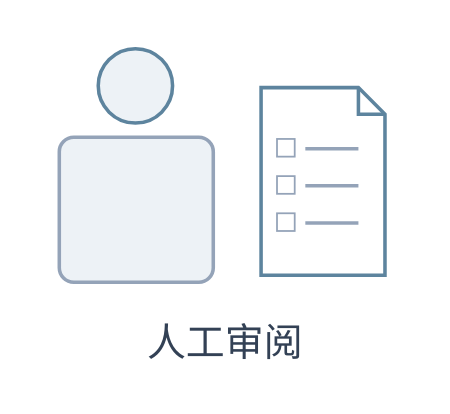
This is assets/components/review.drawio from henry867/drawio-visuals-skill, a draw.io file, before an edit. Source tidied: cells renumbered, new cells numbered last; positions are measured from the earlier drawing's top-left corner, leaving out a move shared by most shapes. Both pictures are drawn from the tidied source at 177%, with x=0, y=0 at pixel (30, 30).
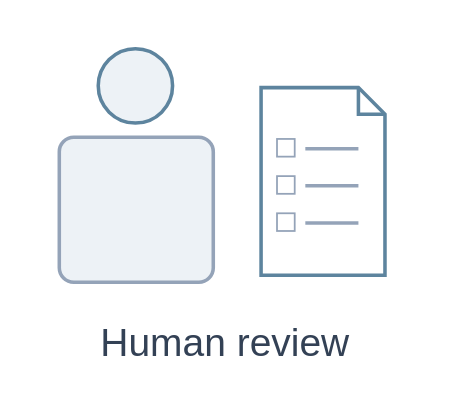
After the change.

Diff of the diagram source:
```diff
@@
 <mxGraphModel background="#FFFFFF">
   <root>
     <mxCell id="0" />
     <mxCell id="1" parent="0" />
     <mxCell id="2" style="group;" parent="1" vertex="1">
       <mxGeometry width="220" height="200" as="geometry" />
     </mxCell>
     <mxCell id="3" style="html=1;whiteSpace=wrap;fontFamily=Helvetica;fontSize=20;fontColor=#334155;ellipse;fillColor=#EDF2F6;strokeColor=#5D849E;strokeWidth=2;" parent="2" vertex="1">
       <mxGeometry x="38" y="10" width="42" height="42" as="geometry" />
     </mxCell>
     <mxCell id="4" style="html=1;whiteSpace=wrap;fontFamily=Helvetica;fontSize=20;fontColor=#334155;rounded=1;arcSize=10;fillColor=#EDF2F6;strokeColor=#94A3B8;strokeWidth=2;" parent="2" vertex="1">
       <mxGeometry x="16" y="60" width="87" height="82" as="geometry" />
     </mxCell>
     <mxCell id="5" style="html=1;whiteSpace=wrap;fontFamily=Helvetica;fontSize=20;fontColor=#334155;shape=note;size=15;fillColor=#FFFFFF;strokeColor=#5D849E;strokeWidth=2;" parent="2" vertex="1">
       <mxGeometry x="130" y="32" width="70" height="106" as="geometry" />
     </mxCell>
     <mxCell id="6" style="html=1;whiteSpace=wrap;fontFamily=Helvetica;fontSize=20;fontColor=#334155;rounded=0;fillColor=#FFFFFF;strokeColor=#94A3B8;" parent="5" vertex="1">
       <mxGeometry x="9" y="29" width="10" height="10" as="geometry" />
     </mxCell>
     <mxCell id="7" style="html=1;whiteSpace=wrap;fontFamily=Helvetica;fontSize=20;fontColor=#334155;shape=line;strokeColor=#94A3B8;strokeWidth=2;" parent="5" vertex="1">
       <mxGeometry x="25" y="34" width="30" height="1" as="geometry" />
     </mxCell>
     <mxCell id="8" style="html=1;whiteSpace=wrap;fontFamily=Helvetica;fontSize=20;fontColor=#334155;rounded=0;fillColor=#FFFFFF;strokeColor=#94A3B8;" parent="5" vertex="1">
       <mxGeometry x="9" y="50" width="10" height="10" as="geometry" />
     </mxCell>
     <mxCell id="9" style="html=1;whiteSpace=wrap;fontFamily=Helvetica;fontSize=20;fontColor=#334155;shape=line;strokeColor=#94A3B8;strokeWidth=2;" parent="5" vertex="1">
       <mxGeometry x="25" y="55" width="30" height="1" as="geometry" />
     </mxCell>
     <mxCell id="10" style="html=1;whiteSpace=wrap;fontFamily=Helvetica;fontSize=20;fontColor=#334155;rounded=0;fillColor=#FFFFFF;strokeColor=#94A3B8;" parent="5" vertex="1">
       <mxGeometry x="9" y="71" width="10" height="10" as="geometry" />
     </mxCell>
     <mxCell id="11" style="html=1;whiteSpace=wrap;fontFamily=Helvetica;fontSize=20;fontColor=#334155;shape=line;strokeColor=#94A3B8;strokeWidth=2;" parent="5" vertex="1">
       <mxGeometry x="25" y="76" width="30" height="1" as="geometry" />
     </mxCell>
-    <mxCell id="12" value="人工审阅" style="html=1;whiteSpace=wrap;fontFamily=Helvetica;fontSize=20;fontColor=#334155;text;fillColor=none;strokeColor=none;align=center;verticalAlign=middle;fontSize=22;fontColor=#334155;" parent="2" vertex="1">
+    <mxCell id="12" value="Human review" style="html=1;whiteSpace=wrap;fontFamily=Helvetica;fontSize=20;fontColor=#334155;text;fillColor=none;strokeColor=none;align=center;verticalAlign=middle;fontSize=22;fontColor=#334155;" parent="2" vertex="1">
       <mxGeometry y="161" width="220" height="32" as="geometry" />
     </mxCell>
   </root>
 </mxGraphModel>
```
